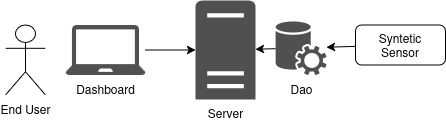
Before: Documents/img/DDSE.drawio.png, a diagram exported from draw.io (hifodbs/MAL_Project). Source tidied: cells renumbered, new cells last; positions are measured from the earlier drawing's top-left corner, leaving out a move shared by most shapes. Source of this version:
```xml
<mxGraphModel>
  <root>
    <mxCell id="0" />
    <mxCell id="1" parent="0" />
    <mxCell id="2" value="&lt;div&gt;End User&lt;/div&gt;" style="shape=umlActor;verticalLabelPosition=bottom;verticalAlign=top;html=1;" parent="1" vertex="1">
      <mxGeometry y="24.5" width="40" height="70" as="geometry" />
    </mxCell>
    <mxCell id="3" value="Dao" style="sketch=0;shadow=0;dashed=0;html=1;strokeColor=none;fillColor=#505050;labelPosition=center;verticalLabelPosition=bottom;verticalAlign=top;outlineConnect=0;align=center;shape=mxgraph.office.services.central_management_service;" parent="1" vertex="1">
      <mxGeometry x="270" y="20.5" width="51" height="54" as="geometry" />
    </mxCell>
    <mxCell id="4" value="Server" style="sketch=0;shadow=0;dashed=0;html=1;strokeColor=none;fillColor=#505050;labelPosition=center;verticalLabelPosition=bottom;verticalAlign=top;outlineConnect=0;align=center;shape=mxgraph.office.servers.server_generic;" parent="1" vertex="1">
      <mxGeometry x="190" width="60" height="99" as="geometry" />
    </mxCell>
    <mxCell id="5" value="Dashboard" style="sketch=0;shadow=0;dashed=0;html=1;strokeColor=none;fillColor=#505050;labelPosition=center;verticalLabelPosition=bottom;verticalAlign=top;outlineConnect=0;align=center;shape=mxgraph.office.devices.laptop;" parent="1" vertex="1">
      <mxGeometry x="60" y="24.5" width="80" height="50" as="geometry" />
    </mxCell>
    <mxCell id="6" style="endArrow=classic;html=1;rounded=0;" parent="1" edge="1" source="5" target="4">
      <mxGeometry relative="1" as="geometry" />
    </mxCell>
    <mxCell id="7" value="&lt;div&gt;Syntetic&lt;/div&gt;&lt;div&gt;Sensor&lt;/div&gt;" style="rounded=1;whiteSpace=wrap;html=1;" parent="1" vertex="1">
      <mxGeometry x="350" y="24.5" width="90" height="40" as="geometry" />
    </mxCell>
    <mxCell id="8" style="endArrow=classic;html=1;rounded=0;" parent="1" edge="1" source="7" target="3">
      <mxGeometry relative="1" as="geometry" />
    </mxCell>
    <mxCell id="9" style="endArrow=classic;html=1;rounded=0;" parent="1" edge="1" source="3" target="4">
      <mxGeometry relative="1" as="geometry" />
    </mxCell>
  </root>
</mxGraphModel>
```
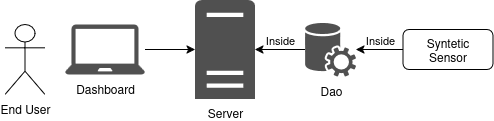
The same file after the commit.

Change to the diagram source:
```diff
@@ -6,7 +6,7 @@
       <mxGeometry y="24.5" width="40" height="70" as="geometry" />
     </mxCell>
     <mxCell id="3" value="Dao" style="sketch=0;shadow=0;dashed=0;html=1;strokeColor=none;fillColor=#505050;labelPosition=center;verticalLabelPosition=bottom;verticalAlign=top;outlineConnect=0;align=center;shape=mxgraph.office.services.central_management_service;" parent="1" vertex="1">
-      <mxGeometry x="270" y="20.5" width="51" height="54" as="geometry" />
+      <mxGeometry x="300" y="22.5" width="51" height="54" as="geometry" />
     </mxCell>
     <mxCell id="4" value="Server" style="sketch=0;shadow=0;dashed=0;html=1;strokeColor=none;fillColor=#505050;labelPosition=center;verticalLabelPosition=bottom;verticalAlign=top;outlineConnect=0;align=center;shape=mxgraph.office.servers.server_generic;" parent="1" vertex="1">
       <mxGeometry x="190" width="60" height="99" as="geometry" />
@@ -18,12 +18,12 @@
       <mxGeometry relative="1" as="geometry" />
     </mxCell>
     <mxCell id="7" value="&lt;div&gt;Syntetic&lt;/div&gt;&lt;div&gt;Sensor&lt;/div&gt;" style="rounded=1;whiteSpace=wrap;html=1;" parent="1" vertex="1">
-      <mxGeometry x="350" y="24.5" width="90" height="40" as="geometry" />
+      <mxGeometry x="398" y="29.5" width="90" height="40" as="geometry" />
     </mxCell>
-    <mxCell id="8" style="endArrow=classic;html=1;rounded=0;" parent="1" edge="1" source="7" target="3">
+    <mxCell id="8" value="Inside" style="endArrow=classic;html=1;rounded=0;labelPosition=center;verticalLabelPosition=top;align=center;verticalAlign=bottom;" parent="1" edge="1" source="7" target="3">
       <mxGeometry relative="1" as="geometry" />
     </mxCell>
-    <mxCell id="9" style="endArrow=classic;html=1;rounded=0;" parent="1" edge="1" source="3" target="4">
+    <mxCell id="9" value="Inside" style="endArrow=classic;html=1;rounded=0;labelPosition=center;verticalLabelPosition=top;align=center;verticalAlign=bottom;" parent="1" edge="1" source="3" target="4">
       <mxGeometry relative="1" as="geometry" />
     </mxCell>
   </root>
```
